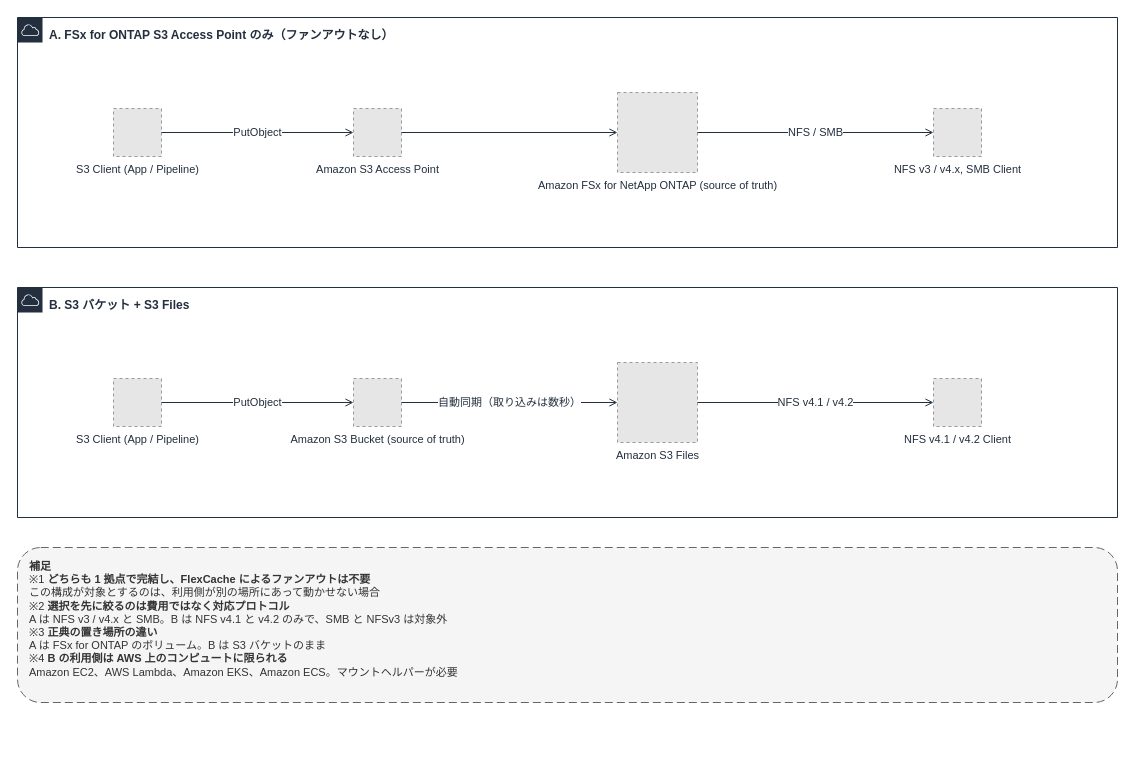
This is docs/_assets/diagrams/s3burst-single-site-options.drawio from Yoshiki0705/S3-Burst-on-ONTAP-Files, a draw.io file, before an edit. Source tidied: cells renumbered, new cells numbered last; positions are measured from the earlier drawing's top-left corner, leaving out a move shared by most shapes. Both pictures are drawn from the tidied source at 100%, with x=0, y=0 at pixel (17, 17). Pictures stored in the file or linked from it are replaced by grey dashed boxes.
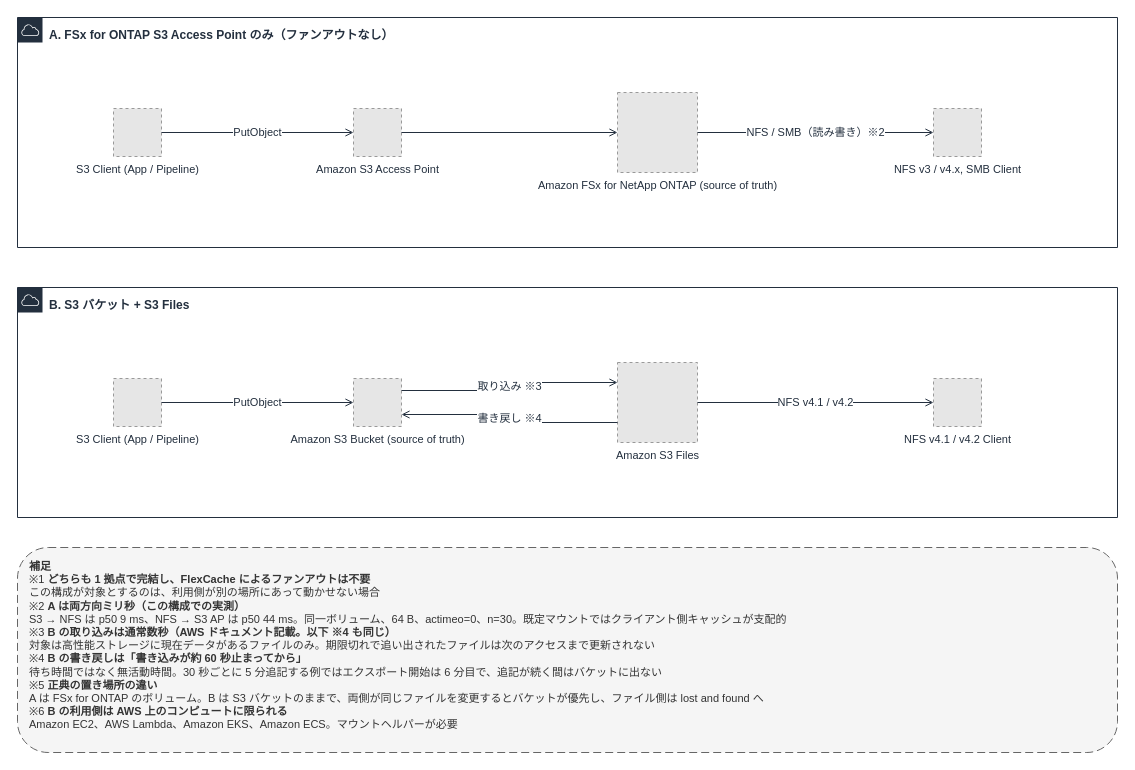
The same diagram, later.

Commit message (it also covers changes not shown here):
docs: state what to expect from a write on both single-site options (#26)

What changed in the source:
```diff
@@
 <mxGraphModel>
   <root>
     <mxCell id="0" />
     <mxCell id="1" parent="0" />
     <mxCell id="2" value="A. FSx for ONTAP S3 Access Point のみ（ファンアウトなし）" style="gradientColor=none;html=1;whiteSpace=wrap;fontSize=12;fontStyle=1;fontColor=#232F3E;shape=mxgraph.aws4.group;grIcon=mxgraph.aws4.group_aws_cloud;strokeColor=#232F3E;fillColor=none;verticalAlign=top;align=left;spacingLeft=30;spacingTop=4;dashed=0;" parent="1" vertex="1">
       <mxGeometry width="1100" height="230" as="geometry" />
     </mxCell>
     <mxCell id="3" value="B. S3 バケット + S3 Files" style="gradientColor=none;html=1;whiteSpace=wrap;fontSize=12;fontStyle=1;fontColor=#232F3E;shape=mxgraph.aws4.group;grIcon=mxgraph.aws4.group_aws_cloud;strokeColor=#232F3E;fillColor=none;verticalAlign=top;align=left;spacingLeft=30;spacingTop=4;dashed=0;" parent="1" vertex="1">
       <mxGeometry y="270" width="1100" height="230" as="geometry" />
     </mxCell>
     <mxCell id="4" value="S3 Client (App / Pipeline)" style="fillColor=#E6E6E6;strokeColor=#999999;dashed=1;html=1;verticalLabelPosition=bottom;verticalAlign=top;labelPosition=center;align=center;fontSize=11;fontColor=#232F3E;" parent="1" vertex="1">
       <mxGeometry x="96" y="91" width="48" height="48" as="geometry" />
     </mxCell>
     <mxCell id="5" value="Amazon S3 Access Point" style="fillColor=#E6E6E6;strokeColor=#999999;dashed=1;html=1;verticalLabelPosition=bottom;verticalAlign=top;labelPosition=center;align=center;fontSize=11;fontColor=#232F3E;" parent="1" vertex="1">
       <mxGeometry x="336" y="91" width="48" height="48" as="geometry" />
     </mxCell>
     <mxCell id="6" value="Amazon FSx for NetApp ONTAP (source of truth)" style="fillColor=#E6E6E6;strokeColor=#999999;dashed=1;html=1;verticalLabelPosition=bottom;verticalAlign=top;labelPosition=center;align=center;fontSize=11;fontColor=#232F3E;" parent="1" vertex="1">
       <mxGeometry x="600" y="75" width="80" height="80" as="geometry" />
     </mxCell>
     <mxCell id="7" value="NFS v3 / v4.x, SMB Client" style="fillColor=#E6E6E6;strokeColor=#999999;dashed=1;html=1;verticalLabelPosition=bottom;verticalAlign=top;labelPosition=center;align=center;fontSize=11;fontColor=#232F3E;" parent="1" vertex="1">
       <mxGeometry x="916" y="91" width="48" height="48" as="geometry" />
     </mxCell>
     <mxCell id="8" value="S3 Client (App / Pipeline)" style="fillColor=#E6E6E6;strokeColor=#999999;dashed=1;html=1;verticalLabelPosition=bottom;verticalAlign=top;labelPosition=center;align=center;fontSize=11;fontColor=#232F3E;" parent="1" vertex="1">
       <mxGeometry x="96" y="361" width="48" height="48" as="geometry" />
     </mxCell>
     <mxCell id="9" value="Amazon S3 Bucket (source of truth)" style="fillColor=#E6E6E6;strokeColor=#999999;dashed=1;html=1;verticalLabelPosition=bottom;verticalAlign=top;labelPosition=center;align=center;fontSize=11;fontColor=#232F3E;" parent="1" vertex="1">
       <mxGeometry x="336" y="361" width="48" height="48" as="geometry" />
     </mxCell>
     <mxCell id="10" value="Amazon S3 Files" style="fillColor=#E6E6E6;strokeColor=#999999;dashed=1;html=1;verticalLabelPosition=bottom;verticalAlign=top;labelPosition=center;align=center;fontSize=11;fontColor=#232F3E;" parent="1" vertex="1">
       <mxGeometry x="600" y="345" width="80" height="80" as="geometry" />
     </mxCell>
     <mxCell id="11" value="NFS v4.1 / v4.2 Client" style="fillColor=#E6E6E6;strokeColor=#999999;dashed=1;html=1;verticalLabelPosition=bottom;verticalAlign=top;labelPosition=center;align=center;fontSize=11;fontColor=#232F3E;" parent="1" vertex="1">
       <mxGeometry x="916" y="361" width="48" height="48" as="geometry" />
     </mxCell>
     <mxCell id="12" value="PutObject" style="edgeStyle=orthogonalEdgeStyle;rounded=0;html=1;endArrow=open;endFill=0;strokeColor=#232F3E;strokeWidth=1;fontSize=11;fontColor=#232F3E;" parent="1" edge="1" source="4" target="5">
       <mxGeometry relative="1" as="geometry" />
     </mxCell>
     <mxCell id="13" style="edgeStyle=orthogonalEdgeStyle;rounded=0;html=1;endArrow=open;endFill=0;strokeColor=#232F3E;strokeWidth=1;fontSize=11;fontColor=#232F3E;" parent="1" edge="1" source="5" target="6">
       <mxGeometry relative="1" as="geometry" />
     </mxCell>
-    <mxCell id="14" value="NFS / SMB" style="edgeStyle=orthogonalEdgeStyle;rounded=0;html=1;endArrow=open;endFill=0;strokeColor=#232F3E;strokeWidth=1;fontSize=11;fontColor=#232F3E;" parent="1" edge="1" source="6" target="7">
+    <mxCell id="14" value="NFS / SMB（読み書き）※2" style="edgeStyle=orthogonalEdgeStyle;rounded=0;html=1;endArrow=open;endFill=0;strokeColor=#232F3E;strokeWidth=1;fontSize=11;fontColor=#232F3E;" parent="1" edge="1" source="6" target="7">
       <mxGeometry relative="1" as="geometry" />
     </mxCell>
     <mxCell id="15" value="PutObject" style="edgeStyle=orthogonalEdgeStyle;rounded=0;html=1;endArrow=open;endFill=0;strokeColor=#232F3E;strokeWidth=1;fontSize=11;fontColor=#232F3E;" parent="1" edge="1" source="8" target="9">
       <mxGeometry relative="1" as="geometry" />
     </mxCell>
-    <mxCell id="16" value="自動同期（取り込みは数秒）" style="edgeStyle=orthogonalEdgeStyle;rounded=0;html=1;endArrow=open;endFill=0;strokeColor=#232F3E;strokeWidth=1;fontSize=11;fontColor=#232F3E;" parent="1" edge="1" source="9" target="10">
+    <mxCell id="16" value="取り込み ※3" style="edgeStyle=orthogonalEdgeStyle;rounded=0;html=1;endArrow=open;endFill=0;strokeColor=#232F3E;strokeWidth=1;fontSize=11;fontColor=#232F3E;exitX=1;exitY=0.25;exitDx=0;exitDy=0;entryX=0;entryY=0.25;entryDx=0;entryDy=0;" parent="1" edge="1" source="9" target="10">
       <mxGeometry relative="1" as="geometry" />
     </mxCell>
+    <mxCell id="19" value="書き戻し ※4" style="edgeStyle=orthogonalEdgeStyle;rounded=0;html=1;endArrow=open;endFill=0;strokeColor=#232F3E;strokeWidth=1;fontSize=11;fontColor=#232F3E;exitX=0;exitY=0.75;exitDx=0;exitDy=0;entryX=1;entryY=0.75;entryDx=0;entryDy=0;" parent="1" edge="1" source="10" target="9">
+      <mxGeometry relative="1" as="geometry" />
+    </mxCell>
     <mxCell id="17" value="NFS v4.1 / v4.2" style="edgeStyle=orthogonalEdgeStyle;rounded=0;html=1;endArrow=open;endFill=0;strokeColor=#232F3E;strokeWidth=1;fontSize=11;fontColor=#232F3E;" parent="1" edge="1" source="10" target="11">
       <mxGeometry relative="1" as="geometry" />
     </mxCell>
-    <mxCell id="18" value="&lt;b&gt;補足&lt;/b&gt;&lt;br&gt;※1 &lt;b&gt;どちらも 1 拠点で完結し、FlexCache によるファンアウトは不要&lt;/b&gt;&lt;br&gt;この構成が対象とするのは、利用側が別の場所にあって動かせない場合&lt;br&gt;※2 &lt;b&gt;選択を先に絞るのは費用ではなく対応プロトコル&lt;/b&gt;&lt;br&gt;A は NFS v3 / v4.x と SMB。B は NFS v4.1 と v4.2 のみで、SMB と NFSv3 は対象外&lt;br&gt;※3 &lt;b&gt;正典の置き場所の違い&lt;/b&gt;&lt;br&gt;A は FSx for ONTAP のボリューム。B は S3 バケットのまま&lt;br&gt;※4 &lt;b&gt;B の利用側は AWS 上のコンピュートに限られる&lt;/b&gt;&lt;br&gt;Amazon EC2、AWS Lambda、Amazon EKS、Amazon ECS。マウントヘルパーが必要" style="rounded=1;whiteSpace=wrap;html=1;dashed=1;dashPattern=8 4;strokeColor=#666666;fillColor=#F5F5F5;fontColor=#333333;fontSize=11;align=left;verticalAlign=top;spacingLeft=10;spacingTop=6;" parent="1" vertex="1">
-      <mxGeometry y="530" width="1100" height="155" as="geometry" />
+    <mxCell id="18" value="&lt;b&gt;補足&lt;/b&gt;&lt;br&gt;※1 &lt;b&gt;どちらも 1 拠点で完結し、FlexCache によるファンアウトは不要&lt;/b&gt;&lt;br&gt;この構成が対象とするのは、利用側が別の場所にあって動かせない場合&lt;br&gt;※2 &lt;b&gt;A は両方向ミリ秒（この構成での実測）&lt;/b&gt;&lt;br&gt;S3 → NFS は p50 9 ms、NFS → S3 AP は p50 44 ms。同一ボリューム、64 B、actimeo=0、n=30。既定マウントではクライアント側キャッシュが支配的&lt;br&gt;※3 &lt;b&gt;B の取り込みは通常数秒（AWS ドキュメント記載。以下 ※4 も同じ）&lt;/b&gt;&lt;br&gt;対象は高性能ストレージに現在データがあるファイルのみ。期限切れで追い出されたファイルは次のアクセスまで更新されない&lt;br&gt;※4 &lt;b&gt;B の書き戻しは「書き込みが約 60 秒止まってから」&lt;/b&gt;&lt;br&gt;待ち時間ではなく無活動時間。30 秒ごとに 5 分追記する例ではエクスポート開始は 6 分目で、追記が続く間はバケットに出ない&lt;br&gt;※5 &lt;b&gt;正典の置き場所の違い&lt;/b&gt;&lt;br&gt;A は FSx for ONTAP のボリューム。B は S3 バケットのままで、両側が同じファイルを変更するとバケットが優先し、ファイル側は lost and found へ&lt;br&gt;※6 &lt;b&gt;B の利用側は AWS 上のコンピュートに限られる&lt;/b&gt;&lt;br&gt;Amazon EC2、AWS Lambda、Amazon EKS、Amazon ECS。マウントヘルパーが必要" style="rounded=1;whiteSpace=wrap;html=1;dashed=1;dashPattern=8 4;strokeColor=#666666;fillColor=#F5F5F5;fontColor=#333333;fontSize=11;align=left;verticalAlign=top;spacingLeft=10;spacingTop=6;" parent="1" vertex="1">
+      <mxGeometry y="530" width="1100" height="205" as="geometry" />
     </mxCell>
   </root>
 </mxGraphModel>
```
